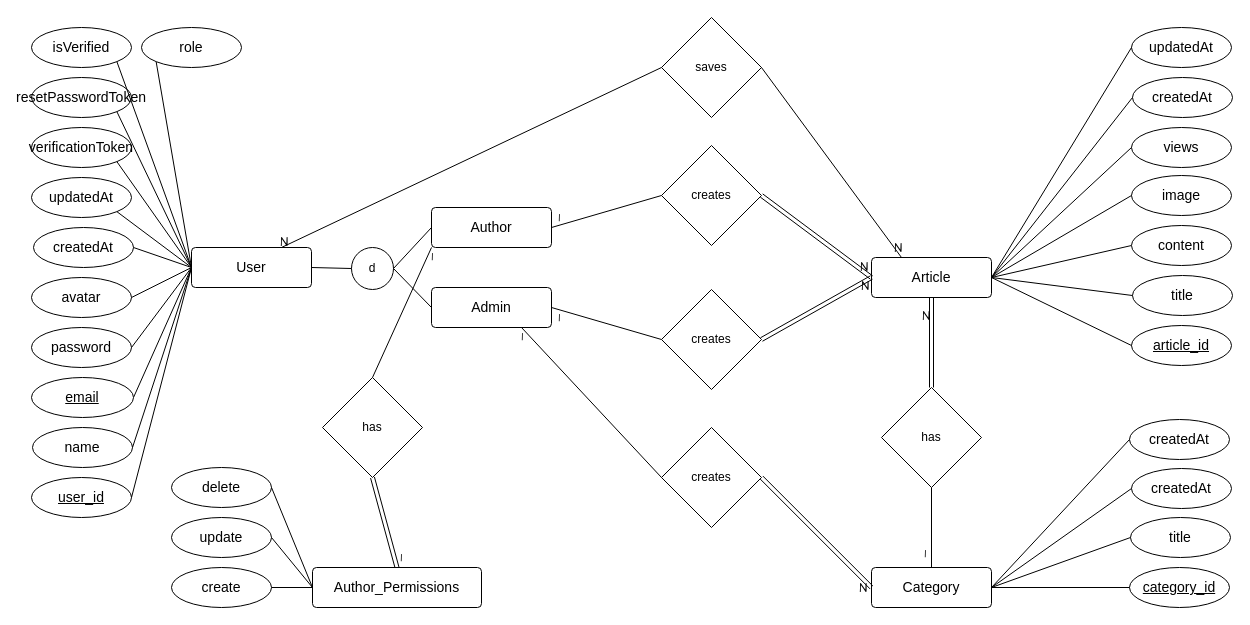
Earlier version of the draw.io diagram System_Analysis_and_Logical_Design/FactEcho_News_System/diagrams/ERD.drawio (ShirefMohammed/College_Materials_Year_3_Term_1). Source tidied: cells renumbered, new cells numbered last; positions are measured from the earlier drawing's top-left corner, leaving out a move shared by most shapes. Both pictures are drawn from the tidied source at 100%, with x=0, y=0 at pixel (31, 17).
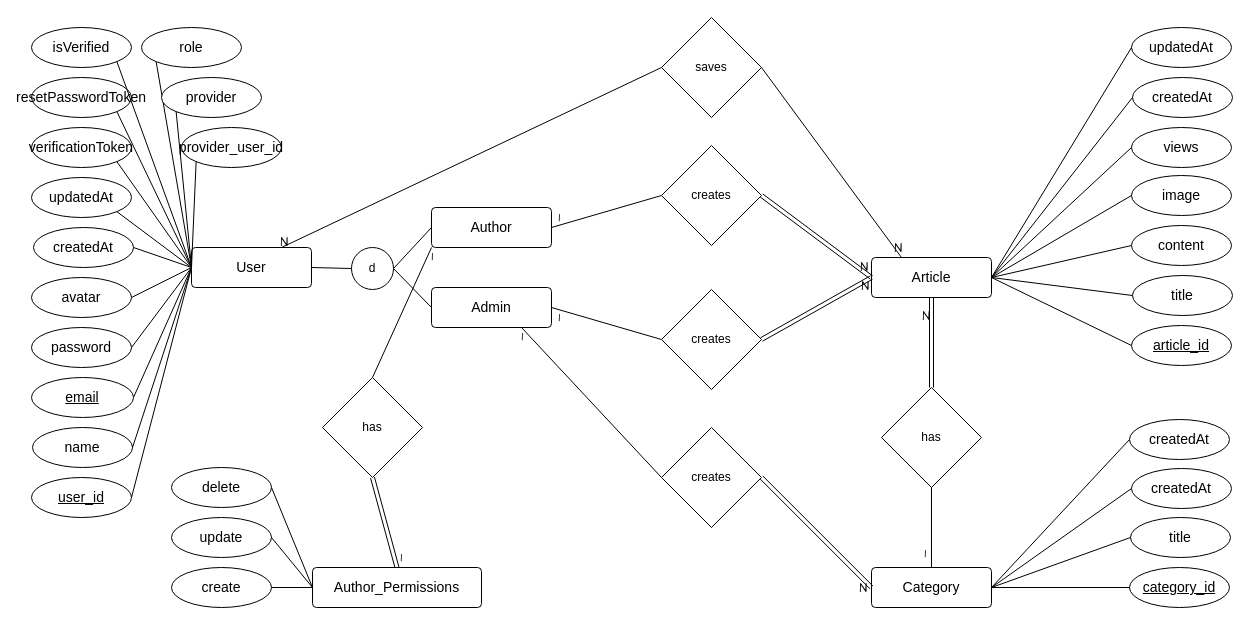
The same page after the edit.

The change refers to these unchanged cells:
```xml
<mxCell id="2" value="User" style="rounded=1;arcSize=10;whiteSpace=wrap;html=1;align=center;fontFamily=cascadia code;fontSize=14;" parent="1" vertex="1">
  <mxGeometry x="160" y="230" width="120" height="40" as="geometry" />
</mxCell>
```

Diff of the diagram source:
```diff
@@
+    <mxCell id="92" value="provider" style="ellipse;whiteSpace=wrap;html=1;align=center;fontFamily=cascadia code;fontSize=14;" parent="1" vertex="1">
+      <mxGeometry x="130" y="60" width="100" height="40" as="geometry" />
+    </mxCell>
+    <mxCell id="93" value="provider_user_id" style="ellipse;whiteSpace=wrap;html=1;align=center;fontFamily=cascadia code;fontSize=14;" parent="1" vertex="1">
+      <mxGeometry x="150" y="110" width="100" height="40" as="geometry" />
+    </mxCell>
+    <mxCell id="94" style="endArrow=none;html=1;rounded=0;entryX=0;entryY=1;entryDx=0;entryDy=0;fontFamily=cascadia code;fontSize=14;exitX=0;exitY=0.5;exitDx=0;exitDy=0;" parent="1" edge="1" source="2" target="92">
+      <mxGeometry relative="1" as="geometry" />
+    </mxCell>
+    <mxCell id="95" style="endArrow=none;html=1;rounded=0;entryX=0;entryY=1;entryDx=0;entryDy=0;fontFamily=cascadia code;fontSize=14;exitX=0;exitY=0.5;exitDx=0;exitDy=0;" parent="1" edge="1" source="2" target="93">
+      <mxGeometry relative="1" as="geometry" />
+    </mxCell>
```
